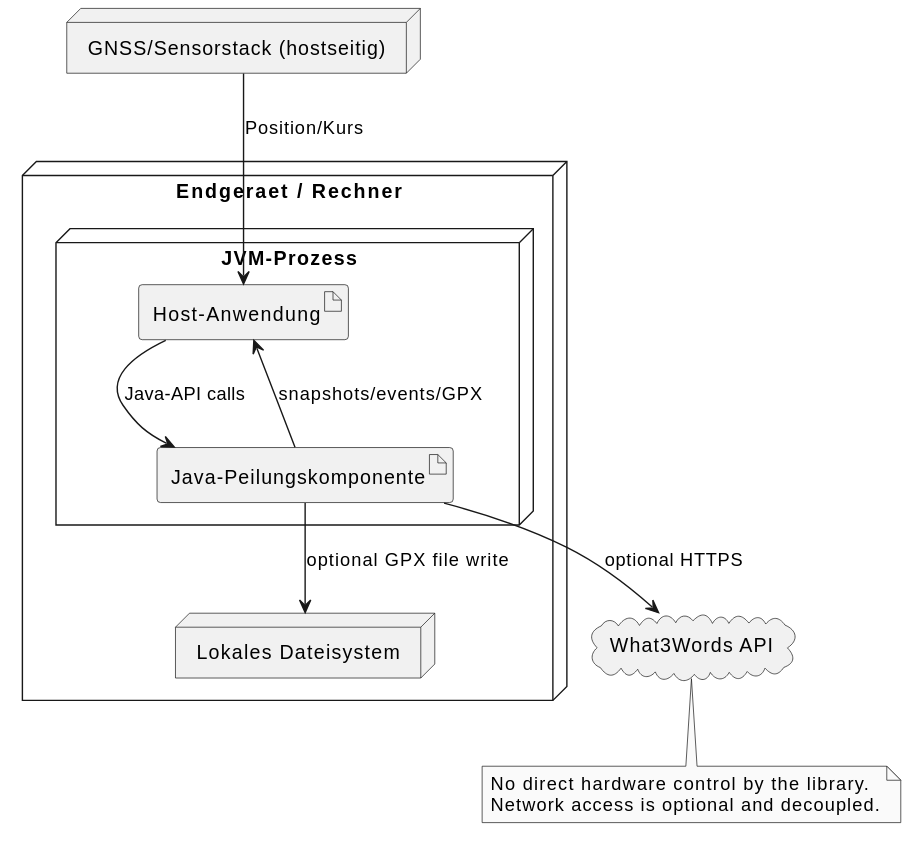
Above: Vorschrieb/plantuml/out/SWE_Kompass_Deployment_Runtime.svg in BenschD/SWE-Kompass (PlantUML), before the change.
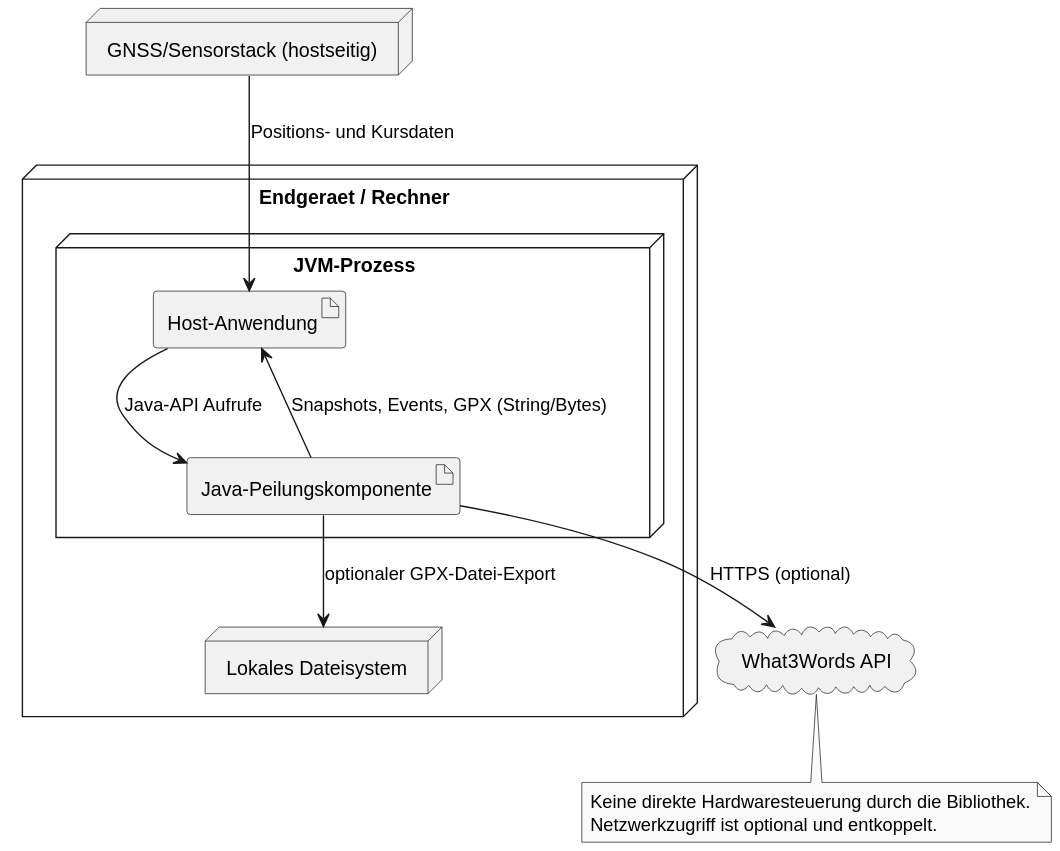
Above is the later version.

Diff of the diagram source:
```diff
@@ -13,14 +13,14 @@
 node "GNSS/Sensorstack (hostseitig)" as GNSS
 cloud "What3Words API" as W3W
 
-GNSS --> HOST : Position/Kurs
-HOST --> LIB : Java-API calls
-LIB --> HOST : snapshots/events/GPX
-LIB --> FS : optional GPX file write
-LIB --> W3W : optional HTTPS
+GNSS --> HOST : Positions- und Kursdaten
+HOST --> LIB : Java-API Aufrufe
+LIB --> HOST : Snapshots, Events, GPX (String/Bytes)
+LIB --> FS : optionaler GPX-Datei-Export
+LIB --> W3W : HTTPS (optional)
 
 note bottom
-No direct hardware control by the library.
-Network access is optional and decoupled.
+Keine direkte Hardwaresteuerung durch die Bibliothek.
+Netzwerkzugriff ist optional und entkoppelt.
 end note
 @enduml
```
